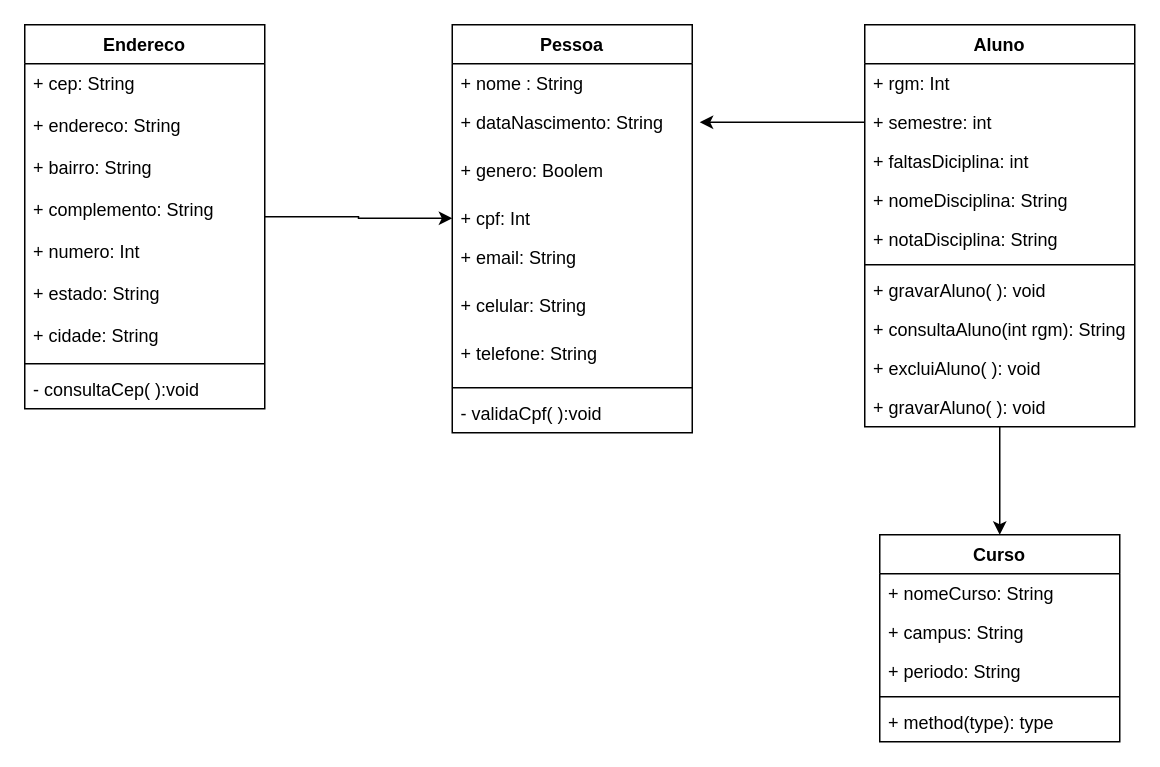
This is cadastro_alunos/Documentação/Cadastro de Aluno.drawio from athos005/unicid.cadastroAluno, a draw.io file, before an edit. Source tidied: cells renumbered, new cells numbered last; positions are measured from the earlier drawing's top-left corner, leaving out a move shared by most shapes. Both pictures are drawn from the tidied source at 150%, with x=0, y=0 at pixel (24, 24).
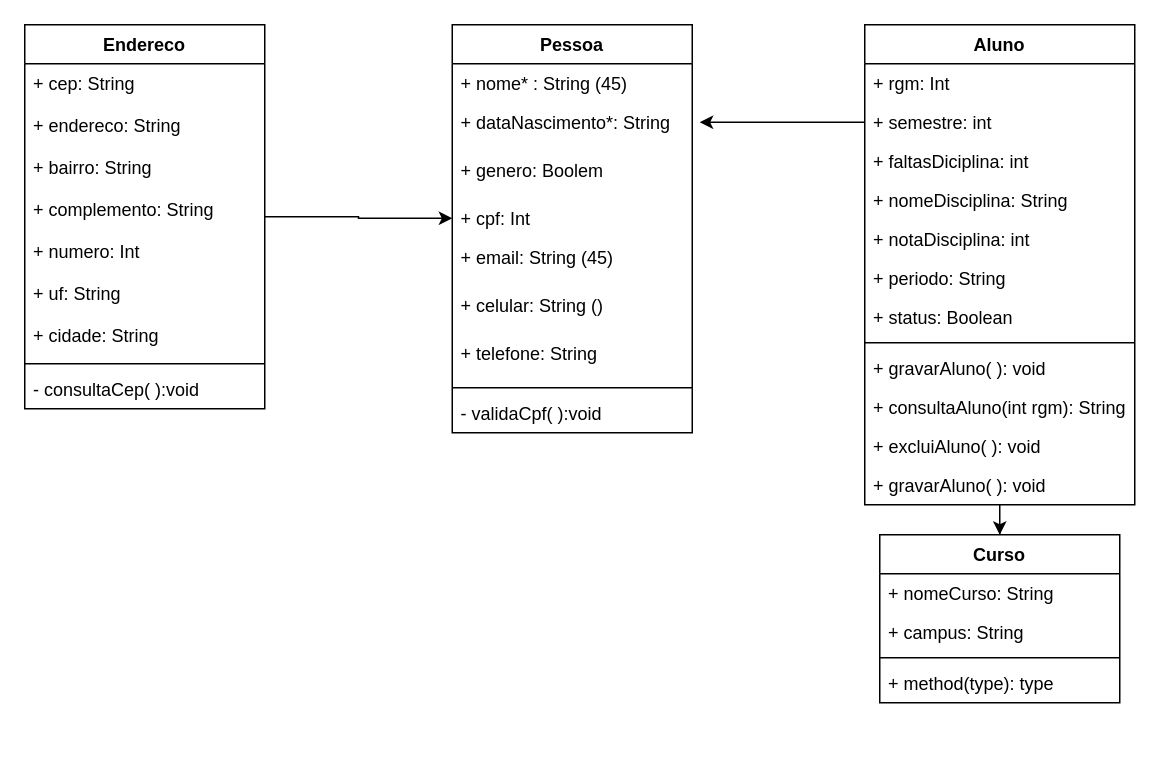
After the change.

Unchanged cells that the change refers to:
```xml
<mxCell id="4" value="Endereco" style="swimlane;fontStyle=1;align=center;verticalAlign=top;horizontal=1;startSize=26;fillColor=none;" parent="1" vertex="1">
  <mxGeometry width="160" height="256" as="geometry" />
</mxCell>
<mxCell id="14" value="Pessoa" style="swimlane;fontStyle=1;align=center;verticalAlign=top;horizontal=1;startSize=26;fillColor=none;" parent="1" vertex="1">
  <mxGeometry x="285" width="160" height="272" as="geometry" />
</mxCell>
```

Diff of the diagram source:
```diff
@@
-    <mxCell id="10" value="+ estado: String" style="text;strokeColor=none;fillColor=none;align=left;verticalAlign=top;spacingLeft=4;spacingRight=4;overflow=hidden;" parent="4" vertex="1">
+    <mxCell id="10" value="+ uf: String" style="text;strokeColor=none;fillColor=none;align=left;verticalAlign=top;spacingLeft=4;spacingRight=4;overflow=hidden;" parent="4" vertex="1">
       <mxGeometry y="166" width="160" height="28" as="geometry" />
     </mxCell>
@@
-    <mxCell id="15" value="+ nome : String" style="text;strokeColor=none;fillColor=none;align=left;verticalAlign=top;spacingLeft=4;spacingRight=4;overflow=hidden;" parent="14" vertex="1">
+    <mxCell id="15" value="+ nome* : String (45)" style="text;strokeColor=none;fillColor=none;align=left;verticalAlign=top;spacingLeft=4;spacingRight=4;overflow=hidden;" parent="14" vertex="1">
       <mxGeometry y="26" width="160" height="26" as="geometry" />
     </mxCell>
-    <mxCell id="16" value="+ dataNascimento: String" style="text;strokeColor=none;fillColor=none;align=left;verticalAlign=top;spacingLeft=4;spacingRight=4;overflow=hidden;" parent="14" vertex="1">
+    <mxCell id="16" value="+ dataNascimento*: String" style="text;strokeColor=none;fillColor=none;align=left;verticalAlign=top;spacingLeft=4;spacingRight=4;overflow=hidden;" parent="14" vertex="1">
       <mxGeometry y="52" width="160" height="32" as="geometry" />
     </mxCell>
@@
-    <mxCell id="19" value="+ email: String" style="text;strokeColor=none;fillColor=none;align=left;verticalAlign=top;spacingLeft=4;spacingRight=4;overflow=hidden;" parent="14" vertex="1">
+    <mxCell id="19" value="+ email: String (45)" style="text;strokeColor=none;fillColor=none;align=left;verticalAlign=top;spacingLeft=4;spacingRight=4;overflow=hidden;" parent="14" vertex="1">
       <mxGeometry y="142" width="160" height="32" as="geometry" />
     </mxCell>
-    <mxCell id="20" value="+ celular: String" style="text;strokeColor=none;fillColor=none;align=left;verticalAlign=top;spacingLeft=4;spacingRight=4;overflow=hidden;" parent="14" vertex="1">
+    <mxCell id="20" value="+ celular: String ()" style="text;strokeColor=none;fillColor=none;align=left;verticalAlign=top;spacingLeft=4;spacingRight=4;overflow=hidden;" parent="14" vertex="1">
       <mxGeometry y="174" width="160" height="32" as="geometry" />
     </mxCell>
@@
     <mxCell id="25" value="Aluno" style="swimlane;fontStyle=1;align=center;verticalAlign=top;horizontal=1;startSize=26;fillColor=none;" parent="1" vertex="1">
-      <mxGeometry x="560" width="180" height="268" as="geometry" />
+      <mxGeometry x="560" width="180" height="320" as="geometry" />
     </mxCell>
@@
-    <mxCell id="30" value="+ notaDisciplina: String" style="text;strokeColor=none;fillColor=none;align=left;verticalAlign=top;spacingLeft=4;spacingRight=4;overflow=hidden;" parent="25" vertex="1">
+    <mxCell id="30" value="+ notaDisciplina: int" style="text;strokeColor=none;fillColor=none;align=left;verticalAlign=top;spacingLeft=4;spacingRight=4;overflow=hidden;" parent="25" vertex="1">
       <mxGeometry y="130" width="180" height="26" as="geometry" />
     </mxCell>
+    <mxCell id="39" value="+ periodo: String" style="text;strokeColor=none;fillColor=none;align=left;verticalAlign=top;spacingLeft=4;spacingRight=4;overflow=hidden;" parent="25" vertex="1">
+      <mxGeometry y="156" width="180" height="26" as="geometry" />
+    </mxCell>
+    <mxCell id="42" value="+ status: Boolean" style="text;strokeColor=none;fillColor=none;align=left;verticalAlign=top;spacingLeft=4;spacingRight=4;overflow=hidden;" parent="25" vertex="1">
+      <mxGeometry y="182" width="180" height="26" as="geometry" />
+    </mxCell>
     <mxCell id="31" style="line;strokeWidth=1;fillColor=none;align=left;verticalAlign=middle;spacingTop=-1;spacingLeft=3;spacingRight=3;labelPosition=right;" parent="25" vertex="1">
-      <mxGeometry y="156" width="180" height="8" as="geometry" />
+      <mxGeometry y="208" width="180" height="8" as="geometry" />
     </mxCell>
     <mxCell id="32" value="+ gravarAluno( ): void" style="text;strokeColor=none;fillColor=none;align=left;verticalAlign=top;spacingLeft=4;spacingRight=4;overflow=hidden;" parent="25" vertex="1">
-      <mxGeometry y="164" width="180" height="26" as="geometry" />
+      <mxGeometry y="216" width="180" height="26" as="geometry" />
     </mxCell>
     <mxCell id="33" value="+ consultaAluno(int rgm): String" style="text;strokeColor=none;fillColor=none;align=left;verticalAlign=top;spacingLeft=4;spacingRight=4;overflow=hidden;" parent="25" vertex="1">
-      <mxGeometry y="190" width="180" height="26" as="geometry" />
+      <mxGeometry y="242" width="180" height="26" as="geometry" />
     </mxCell>
     <mxCell id="34" value="+ excluiAluno( ): void" style="text;strokeColor=none;fillColor=none;align=left;verticalAlign=top;spacingLeft=4;spacingRight=4;overflow=hidden;" parent="25" vertex="1">
-      <mxGeometry y="216" width="180" height="26" as="geometry" />
+      <mxGeometry y="268" width="180" height="26" as="geometry" />
     </mxCell>
     <mxCell id="35" value="+ gravarAluno( ): void" style="text;strokeColor=none;fillColor=none;align=left;verticalAlign=top;spacingLeft=4;spacingRight=4;overflow=hidden;" parent="25" vertex="1">
-      <mxGeometry y="242" width="180" height="26" as="geometry" />
+      <mxGeometry y="294" width="180" height="26" as="geometry" />
     </mxCell>
     <mxCell id="36" value="Curso" style="swimlane;fontStyle=1;align=center;verticalAlign=top;horizontal=1;startSize=26;fillColor=none;" parent="1" vertex="1">
-      <mxGeometry x="570" y="340" width="160" height="138" as="geometry" />
+      <mxGeometry x="570" y="340" width="160" height="112" as="geometry" />
     </mxCell>
@@
-    <mxCell id="39" value="+ periodo: String" style="text;strokeColor=none;fillColor=none;align=left;verticalAlign=top;spacingLeft=4;spacingRight=4;overflow=hidden;" parent="36" vertex="1">
-      <mxGeometry y="78" width="160" height="26" as="geometry" />
-    </mxCell>
     <mxCell id="40" style="line;strokeWidth=1;fillColor=none;align=left;verticalAlign=middle;spacingTop=-1;spacingLeft=3;spacingRight=3;labelPosition=right;" parent="36" vertex="1">
-      <mxGeometry y="104" width="160" height="8" as="geometry" />
+      <mxGeometry y="78" width="160" height="8" as="geometry" />
     </mxCell>
     <mxCell id="41" value="+ method(type): type" style="text;strokeColor=none;fillColor=none;align=left;verticalAlign=top;spacingLeft=4;spacingRight=4;overflow=hidden;" parent="36" vertex="1">
-      <mxGeometry y="112" width="160" height="26" as="geometry" />
+      <mxGeometry y="86" width="160" height="26" as="geometry" />
     </mxCell>
```
